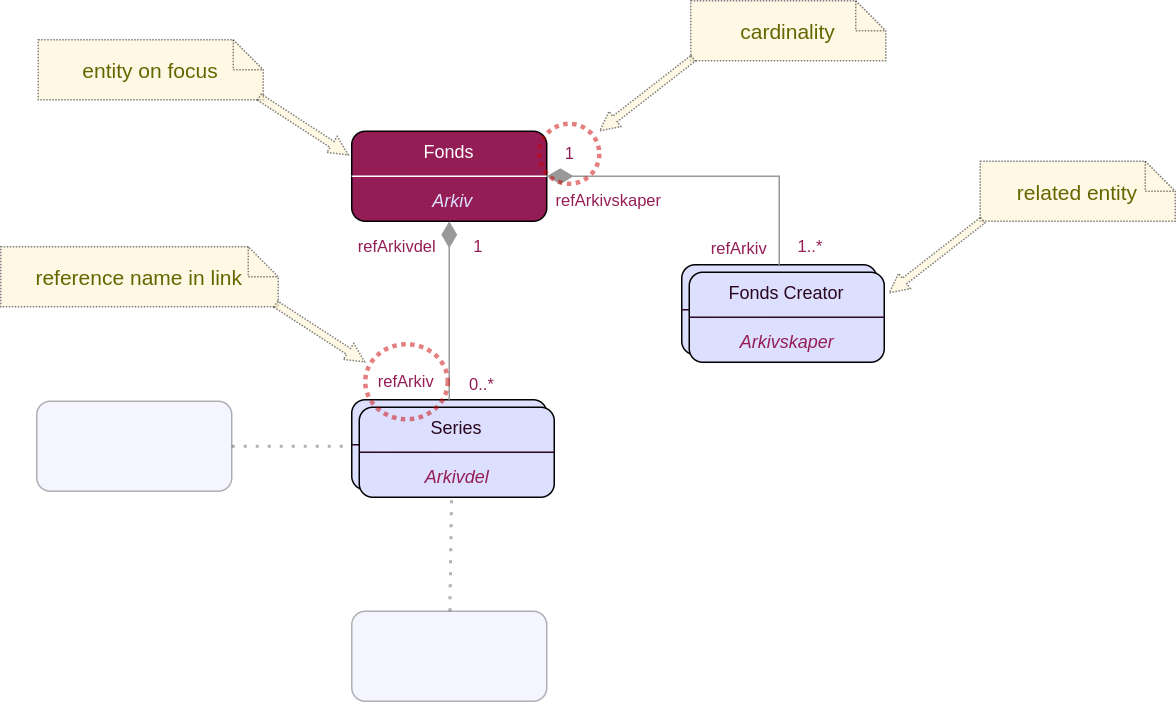
This is general/modeloverview/images/diagram-fonds-firstconact.png from myakimov/documaster-api-docs, a draw.io export, as it was before one commit. Source tidied: cells renumbered, new cells last; positions are measured from the earlier drawing's top-left corner, leaving out a move shared by most shapes.
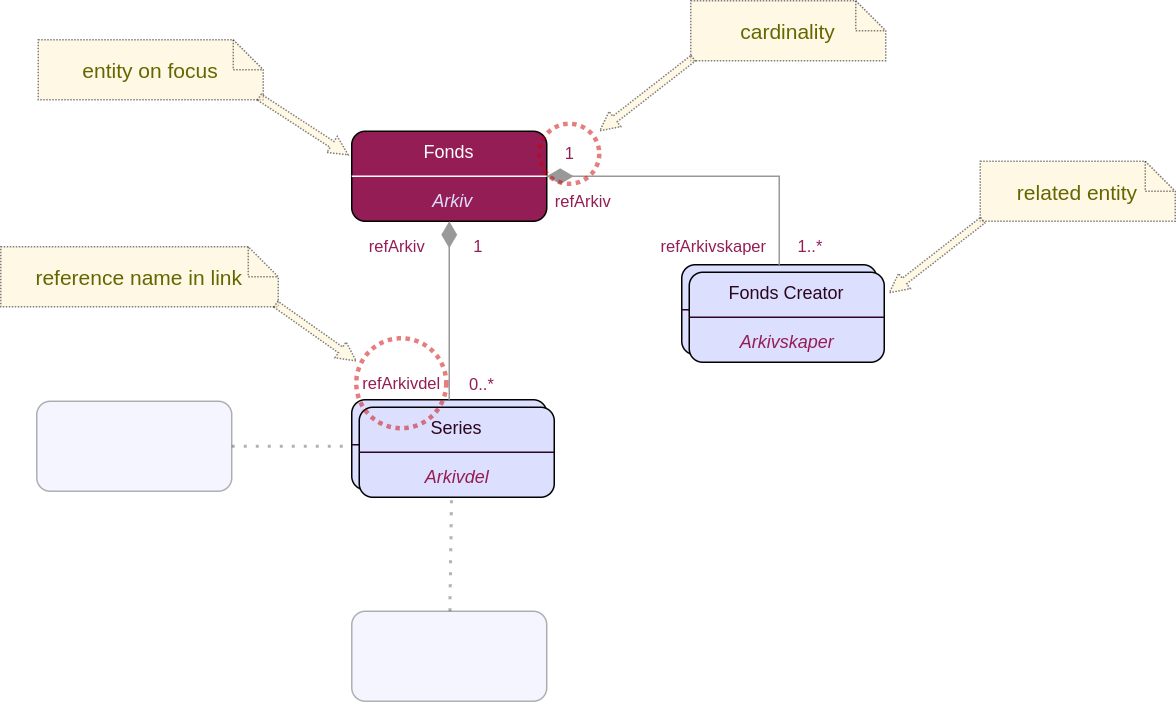
After the commit.

What changed in the source:
```diff
@@ -73,21 +73,21 @@
     <mxCell id="24" style="edgeStyle=orthogonalEdgeStyle;rounded=0;jettySize=auto;html=1;fontColor=#941d55;strokeColor=#999999;entryX=0.5;entryY=0;entryDx=0;entryDy=0;endArrow=none;endFill=0;startArrow=diamondThin;startFill=1;endSize=6;targetPerimeterSpacing=11;sourcePerimeterSpacing=16;startSize=15;exitX=1;exitY=0.5;exitDx=0;exitDy=0;" parent="1" edge="1" source="3" target="14">
       <mxGeometry relative="1" as="geometry" />
     </mxCell>
-    <mxCell id="25" value="refArkivskaper" style="edgeLabel;html=1;align=center;verticalAlign=middle;fontColor=#941d55;labelBackgroundColor=none;" parent="24" vertex="1">
+    <mxCell id="25" value="refArkiv" style="edgeLabel;html=1;align=center;verticalAlign=middle;fontColor=#941d55;labelBackgroundColor=none;" parent="24" vertex="1">
       <mxGeometry x="0.14" y="-1" relative="1" as="geometry">
-        <mxPoint x="-81" y="15" as="offset" />
+        <mxPoint x="-98" y="16" as="offset" />
       </mxGeometry>
     </mxCell>
     <mxCell id="26" style="edgeStyle=orthogonalEdgeStyle;rounded=0;jettySize=auto;html=1;fontColor=#941d55;strokeColor=#999999;entryX=0.5;entryY=0;entryDx=0;entryDy=0;endArrow=none;endFill=0;startArrow=diamondThin;startFill=1;endSize=6;targetPerimeterSpacing=11;sourcePerimeterSpacing=16;startSize=15;exitX=0.5;exitY=1;exitDx=0;exitDy=0;" parent="1" edge="1" source="3" target="7">
       <mxGeometry relative="1" as="geometry" />
     </mxCell>
-    <mxCell id="27" value="refArkivdel" style="edgeLabel;html=1;align=center;verticalAlign=middle;fontColor=#941d55;labelBackgroundColor=none;" parent="26" vertex="1">
+    <mxCell id="27" value="refArkiv" style="edgeLabel;html=1;align=center;verticalAlign=middle;fontColor=#941d55;labelBackgroundColor=none;" parent="26" vertex="1">
       <mxGeometry x="0.14" y="-1" relative="1" as="geometry">
         <mxPoint x="-34" y="-51" as="offset" />
       </mxGeometry>
     </mxCell>
-    <mxCell id="28" value="refArkiv" style="edgeLabel;html=1;align=center;verticalAlign=middle;fontColor=#941d55;labelBackgroundColor=none;" parent="1" vertex="1">
-      <mxGeometry x="274" y="254" as="geometry">
+    <mxCell id="28" value="refArkivdel" style="edgeLabel;html=1;align=center;verticalAlign=middle;fontColor=#941d55;labelBackgroundColor=none;" parent="1" vertex="1">
+      <mxGeometry x="271" y="255" as="geometry">
         <mxPoint x="-4" as="offset" />
       </mxGeometry>
     </mxCell>
@@ -103,9 +103,9 @@
     <mxCell id="32" value="1" style="text;html=1;strokeColor=none;fillColor=none;align=center;verticalAlign=middle;whiteSpace=wrap;rounded=0;shadow=1;labelBackgroundColor=none;sketch=0;fontSize=11;fontColor=#941D55;" parent="1" vertex="1">
       <mxGeometry x="351.5" y="87" width="55" height="30" as="geometry" />
     </mxCell>
-    <mxCell id="33" value="refArkiv" style="edgeLabel;html=1;align=center;verticalAlign=middle;fontColor=#941d55;labelBackgroundColor=none;" parent="1" vertex="1">
-      <mxGeometry x="470" y="160" as="geometry">
-        <mxPoint x="22" y="5" as="offset" />
+    <mxCell id="33" value="refArkivskaper" style="edgeLabel;html=1;align=center;verticalAlign=middle;fontColor=#941d55;labelBackgroundColor=none;" parent="1" vertex="1">
+      <mxGeometry x="474" y="157" as="geometry">
+        <mxPoint x="1" y="7" as="offset" />
       </mxGeometry>
     </mxCell>
     <mxCell id="34" value="entity on focus" style="shape=note;strokeWidth=1;fontSize=14;size=20;whiteSpace=wrap;html=1;fillColor=#fff2cc;strokeColor=#000000;fontColor=#666600;glass=0;opacity=50;dashed=1;dashPattern=1 1;align=center;" parent="1" vertex="1">
@@ -127,7 +127,7 @@
       <mxGeometry x="359" y="82" width="40" height="40" as="geometry" />
     </mxCell>
     <mxCell id="39" style="ellipse;whiteSpace=wrap;html=1;glass=0;dashed=1;dashPattern=1 1;strokeColor=#CC0000;strokeWidth=3;opacity=50;fillColor=none;" parent="1" vertex="1">
-      <mxGeometry x="243" y="229" width="55" height="50" as="geometry" />
+      <mxGeometry x="237" y="225" width="60" height="60" as="geometry" />
     </mxCell>
     <mxCell id="40" value="reference name in link" style="shape=note;strokeWidth=1;fontSize=14;size=20;whiteSpace=wrap;html=1;fillColor=#fff2cc;strokeColor=#000000;fontColor=#666600;glass=0;opacity=50;dashed=1;dashPattern=1 1;align=center;" parent="1" vertex="1">
       <mxGeometry y="164" width="185" height="40" as="geometry" />
@@ -144,10 +144,9 @@
         <mxPoint x="232" y="103" as="targetPoint" />
       </mxGeometry>
     </mxCell>
-    <mxCell id="43" style="shape=flexArrow;endArrow=classic;html=1;rounded=0;entryX=1;entryY=0.25;entryDx=0;entryDy=0;fillColor=#FFF2CC;strokeColor=#000000;opacity=50;dashed=1;dashPattern=1 1;endWidth=7.052154195011338;endSize=3.919047619047619;width=4.761904761904762;" parent="1" edge="1">
+    <mxCell id="43" style="shape=flexArrow;endArrow=classic;html=1;rounded=0;fillColor=#FFF2CC;strokeColor=#000000;opacity=50;dashed=1;dashPattern=1 1;endWidth=7.052154195011338;endSize=3.919047619047619;width=4.761904761904762;entryX=0.006;entryY=0.257;entryDx=0;entryDy=0;entryPerimeter=0;" parent="1" edge="1" target="39">
       <mxGeometry relative="1" as="geometry">
         <mxPoint x="183" y="202" as="sourcePoint" />
-        <mxPoint x="243" y="241" as="targetPoint" />
       </mxGeometry>
     </mxCell>
   </root>
```
